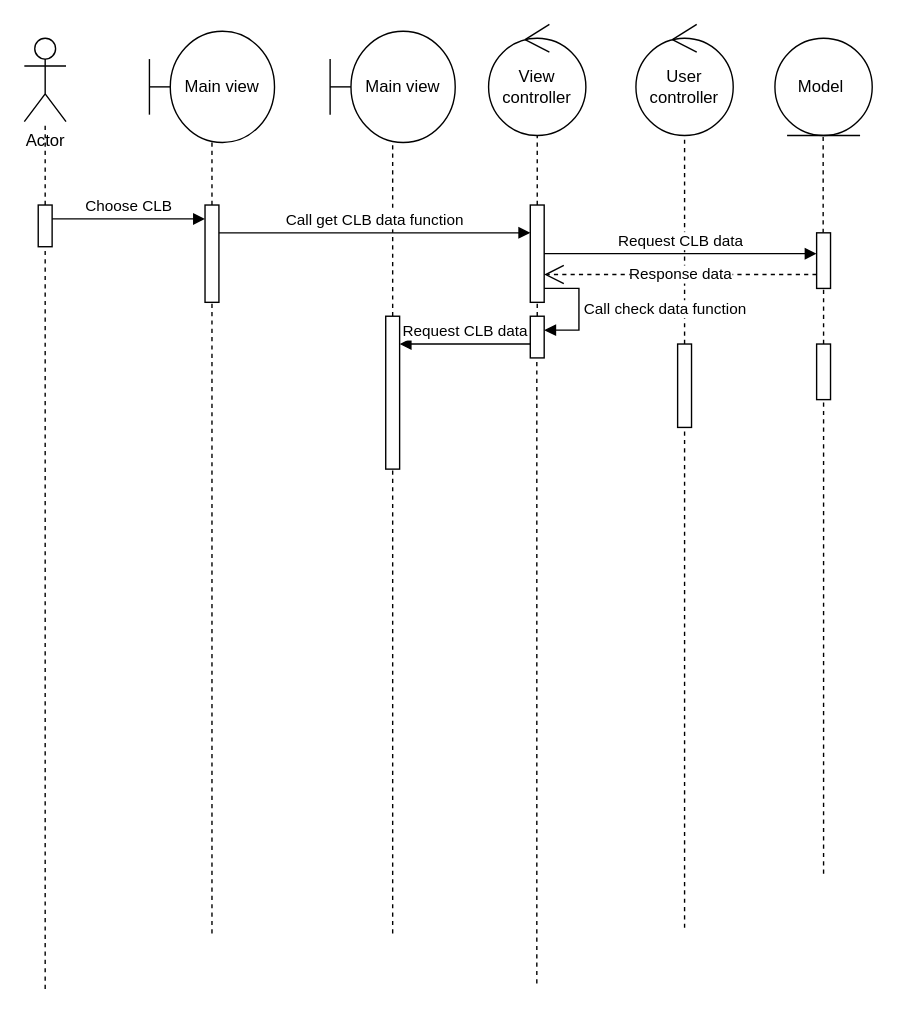
The draw.io diagram page "Join_CLB" (6 of 7) of diagram.drawio in ZanhhTrann/finall_project-, before the edit. Source tidied: cells renumbered, new cells numbered last; positions are measured from the earlier drawing's top-left corner, leaving out a move shared by most shapes. Both pictures are drawn from the tidied source at 139%, with x=0, y=0 at pixel (24, 24).
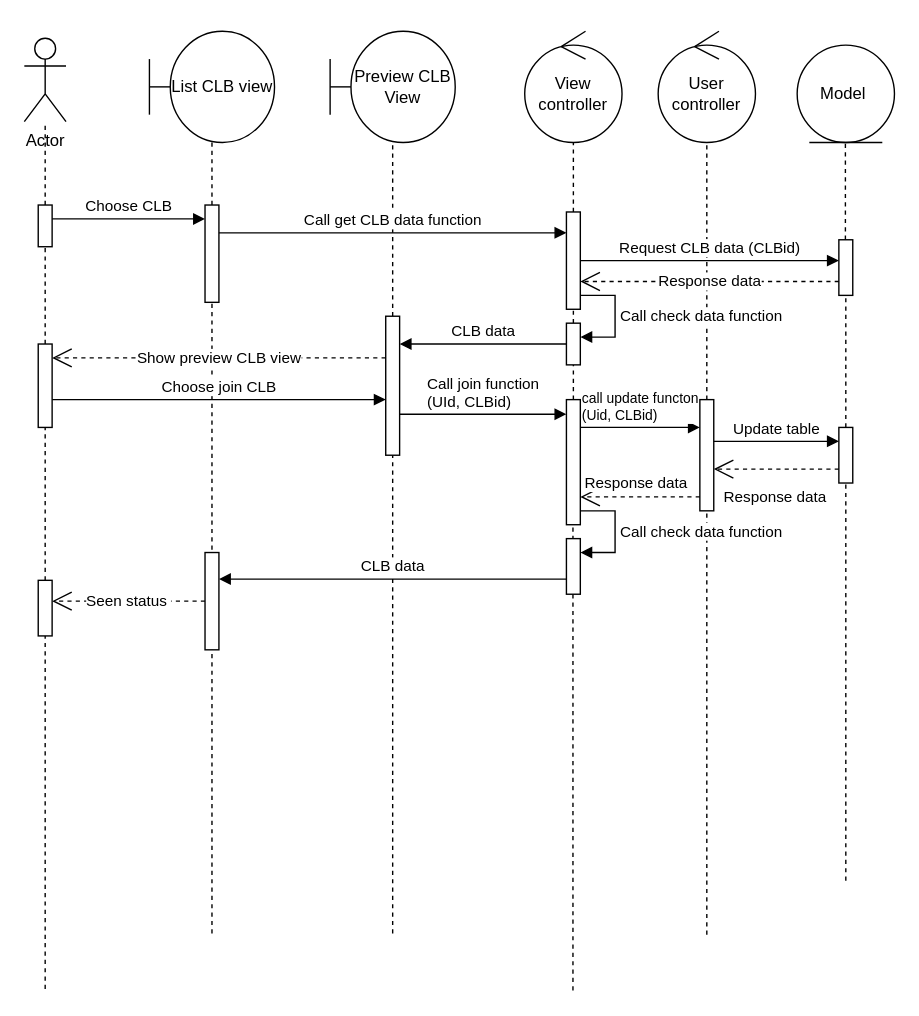
Above is the later version.

Unchanged cells that the change refers to:
```xml
<mxCell id="19" style="html=1;points=[[0,0,0,0,5],[0,1,0,0,-5],[1,0,0,0,5],[1,1,0,0,-5]];perimeter=orthogonalPerimeter;outlineConnect=0;targetShapes=umlLifeline;portConstraint=eastwest;newEdgeStyle={&quot;curved&quot;:0,&quot;rounded&quot;:0};" parent="1" vertex="1">
  <mxGeometry x="10" y="130" width="10" height="30" as="geometry" />
</mxCell>
```

The edit, as a diff of the source:
```diff
@@
-    <mxCell id="3" value="Main view" style="shape=umlBoundary;whiteSpace=wrap;html=1;" parent="1" vertex="1">
+    <mxCell id="3" value="Preview CLB&lt;div&gt;View&lt;/div&gt;" style="shape=umlBoundary;whiteSpace=wrap;html=1;" parent="1" vertex="1">
       <mxGeometry x="220" y="5" width="90" height="80" as="geometry" />
     </mxCell>
     <mxCell id="4" value="Model&amp;nbsp;" style="ellipse;shape=umlEntity;whiteSpace=wrap;html=1;" parent="1" vertex="1">
-      <mxGeometry x="540" y="10" width="70" height="70" as="geometry" />
+      <mxGeometry x="556" y="15" width="70" height="70" as="geometry" />
     </mxCell>
@@
     <mxCell id="6" style="endArrow=none;dashed=1;html=1;rounded=0;" parent="1" edge="1" source="31">
       <mxGeometry relative="1" as="geometry">
-        <mxPoint x="574.7" y="80" as="targetPoint" />
+        <mxPoint x="590.7" y="85" as="targetPoint" />
       </mxGeometry>
     </mxCell>
@@
     <mxCell id="8" value="User&lt;div&gt;controller&lt;/div&gt;" style="ellipse;shape=umlControl;whiteSpace=wrap;html=1;" parent="1" vertex="1">
-      <mxGeometry x="440" width="70" height="80" as="geometry" />
+      <mxGeometry x="456" y="5" width="70" height="80" as="geometry" />
     </mxCell>
     <mxCell id="9" style="endArrow=none;dashed=1;html=1;rounded=0;" parent="1" edge="1" source="22">
       <mxGeometry relative="1" as="geometry">
-        <mxPoint x="475" y="80" as="targetPoint" />
+        <mxPoint x="491" y="85" as="targetPoint" />
       </mxGeometry>
     </mxCell>
     <mxCell id="10" style="endArrow=none;dashed=1;html=1;rounded=0;" parent="1" edge="1" target="17">
       <mxGeometry relative="1" as="geometry">
-        <mxPoint x="575" y="611.1" as="sourcePoint" />
+        <mxPoint x="591" y="616.1" as="sourcePoint" />
       </mxGeometry>
     </mxCell>
     <mxCell id="11" value="View controller" style="ellipse;shape=umlControl;whiteSpace=wrap;html=1;" parent="1" vertex="1">
-      <mxGeometry x="334" width="70" height="80" as="geometry" />
+      <mxGeometry x="360" y="5" width="70" height="80" as="geometry" />
     </mxCell>
     <mxCell id="12" style="endArrow=none;dashed=1;html=1;rounded=0;" parent="1" edge="1" source="14">
       <mxGeometry relative="1" as="geometry">
-        <mxPoint x="369" y="80" as="targetPoint" />
+        <mxPoint x="395" y="85" as="targetPoint" />
       </mxGeometry>
     </mxCell>
@@
     <mxCell id="14" style="html=1;points=[[0,0,0,0,5],[0,1,0,0,-5],[1,0,0,0,5],[1,1,0,0,-5]];perimeter=orthogonalPerimeter;outlineConnect=0;targetShapes=umlLifeline;portConstraint=eastwest;newEdgeStyle={&quot;curved&quot;:0,&quot;rounded&quot;:0};" parent="1" vertex="1">
-      <mxGeometry x="364" y="130" width="10" height="70" as="geometry" />
+      <mxGeometry x="390" y="135" width="10" height="70" as="geometry" />
     </mxCell>
@@
     <mxCell id="16" style="html=1;points=[[0,0,0,0,5],[0,1,0,0,-5],[1,0,0,0,5],[1,1,0,0,-5]];perimeter=orthogonalPerimeter;outlineConnect=0;targetShapes=umlLifeline;portConstraint=eastwest;newEdgeStyle={&quot;curved&quot;:0,&quot;rounded&quot;:0};" parent="1" vertex="1">
-      <mxGeometry x="260" y="210" width="10" height="110" as="geometry" />
+      <mxGeometry x="260" y="210" width="10" height="100" as="geometry" />
     </mxCell>
     <mxCell id="17" style="html=1;points=[[0,0,0,0,5],[0,1,0,0,-5],[1,0,0,0,5],[1,1,0,0,-5]];perimeter=orthogonalPerimeter;outlineConnect=0;targetShapes=umlLifeline;portConstraint=eastwest;newEdgeStyle={&quot;curved&quot;:0,&quot;rounded&quot;:0};" parent="1" vertex="1">
-      <mxGeometry x="570" y="230" width="10" height="40" as="geometry" />
+      <mxGeometry x="586" y="290" width="10" height="40" as="geometry" />
     </mxCell>
-    <mxCell id="18" style="endArrow=none;dashed=1;html=1;rounded=0;" parent="1" edge="1" target="19">
-      <mxGeometry relative="1" as="geometry">
-        <mxPoint x="15" y="694" as="sourcePoint" />
-      </mxGeometry>
+    <mxCell id="18" style="endArrow=none;dashed=1;html=1;rounded=0;" parent="1" edge="1" source="39" target="19">
+      <mxGeometry relative="1" as="geometry" />
     </mxCell>
@@
     <mxCell id="21" style="endArrow=none;dashed=1;html=1;rounded=0;" parent="1" edge="1" target="22">
       <mxGeometry relative="1" as="geometry">
-        <mxPoint x="475" y="650" as="sourcePoint" />
+        <mxPoint x="491" y="655" as="sourcePoint" />
       </mxGeometry>
     </mxCell>
     <mxCell id="22" style="html=1;points=[[0,0,0,0,5],[0,1,0,0,-5],[1,0,0,0,5],[1,1,0,0,-5]];perimeter=orthogonalPerimeter;outlineConnect=0;targetShapes=umlLifeline;portConstraint=eastwest;newEdgeStyle={&quot;curved&quot;:0,&quot;rounded&quot;:0};" parent="1" vertex="1">
-      <mxGeometry x="470" y="230" width="10" height="60" as="geometry" />
+      <mxGeometry x="486" y="270" width="10" height="80" as="geometry" />
     </mxCell>
-    <mxCell id="23" value="&lt;div style=&quot;text-align: left;&quot;&gt;Request CLB data&lt;/div&gt;" style="html=1;verticalAlign=bottom;endArrow=block;curved=0;rounded=0;" parent="1" edge="1" source="14" target="31">
+    <mxCell id="23" value="&lt;div style=&quot;text-align: left;&quot;&gt;Request CLB data (CLBid)&lt;/div&gt;" style="html=1;verticalAlign=bottom;endArrow=block;curved=0;rounded=0;" parent="1" edge="1" source="14" target="31">
       <mxGeometry relative="1" as="geometry" />
     </mxCell>
-    <mxCell id="24" value="Response data" style="endArrow=open;endSize=12;dashed=1;html=1;rounded=0;" parent="1" edge="1">
+    <mxCell id="24" value="Response data" style="endArrow=open;endSize=12;dashed=1;html=1;rounded=0;" parent="1" edge="1" target="14">
       <mxGeometry relative="1" as="geometry">
-        <mxPoint x="570" y="180" as="sourcePoint" />
-        <mxPoint x="374" y="180" as="targetPoint" />
+        <mxPoint x="586" y="185" as="sourcePoint" />
       </mxGeometry>
     </mxCell>
-    <mxCell id="25" value="Main view" style="shape=umlBoundary;whiteSpace=wrap;html=1;" parent="1" vertex="1">
+    <mxCell id="25" value="List CLB view" style="shape=umlBoundary;whiteSpace=wrap;html=1;" parent="1" vertex="1">
       <mxGeometry x="90" y="5" width="90" height="80" as="geometry" />
     </mxCell>
@@
-    <mxCell id="29" value="&lt;div style=&quot;text-align: left;&quot;&gt;Call get CLB data function&lt;/div&gt;" style="html=1;verticalAlign=bottom;endArrow=block;curved=0;rounded=0;" parent="1" edge="1">
+    <mxCell id="29" value="&lt;div style=&quot;text-align: left;&quot;&gt;Call get CLB data function&lt;/div&gt;" style="html=1;verticalAlign=bottom;endArrow=block;curved=0;rounded=0;" parent="1" edge="1" target="14">
       <mxGeometry relative="1" as="geometry">
         <mxPoint x="140" y="150" as="sourcePoint" />
-        <mxPoint x="364" y="150" as="targetPoint" />
       </mxGeometry>
     </mxCell>
@@
     <mxCell id="31" style="html=1;points=[[0,0,0,0,5],[0,1,0,0,-5],[1,0,0,0,5],[1,1,0,0,-5]];perimeter=orthogonalPerimeter;outlineConnect=0;targetShapes=umlLifeline;portConstraint=eastwest;newEdgeStyle={&quot;curved&quot;:0,&quot;rounded&quot;:0};" parent="1" vertex="1">
-      <mxGeometry x="570" y="150" width="10" height="40" as="geometry" />
+      <mxGeometry x="586" y="155" width="10" height="40" as="geometry" />
     </mxCell>
     <mxCell id="32" value="Call check data function" style="html=1;align=left;spacingLeft=2;endArrow=block;rounded=0;edgeStyle=orthogonalEdgeStyle;curved=0;rounded=0;" parent="1" edge="1">
       <mxGeometry relative="1" as="geometry">
-        <mxPoint x="374" y="190" as="sourcePoint" />
-        <mxPoint x="374" y="220" as="targetPoint" />
+        <mxPoint x="400" y="195" as="sourcePoint" />
+        <mxPoint x="400" y="225" as="targetPoint" />
         <Array as="points">
-          <mxPoint x="399" y="190" />
-          <mxPoint x="399" y="220" />
+          <mxPoint x="425" y="195" />
+          <mxPoint x="425" y="225" />
         </Array>
       </mxGeometry>
     </mxCell>
-    <mxCell id="33" style="endArrow=none;dashed=1;html=1;rounded=0;" parent="1" edge="1" target="34">
-      <mxGeometry relative="1" as="geometry">
-        <mxPoint x="368.7" y="690" as="sourcePoint" />
-      </mxGeometry>
+    <mxCell id="33" style="endArrow=none;dashed=1;html=1;rounded=0;" parent="1" edge="1" source="41" target="34">
+      <mxGeometry relative="1" as="geometry" />
     </mxCell>
     <mxCell id="34" style="html=1;points=[[0,0,0,0,5],[0,1,0,0,-5],[1,0,0,0,5],[1,1,0,0,-5]];perimeter=orthogonalPerimeter;outlineConnect=0;targetShapes=umlLifeline;portConstraint=eastwest;newEdgeStyle={&quot;curved&quot;:0,&quot;rounded&quot;:0};" parent="1" vertex="1">
-      <mxGeometry x="364" y="210" width="10" height="30" as="geometry" />
+      <mxGeometry x="390" y="215" width="10" height="30" as="geometry" />
     </mxCell>
-    <mxCell id="35" value="&lt;div style=&quot;text-align: left;&quot;&gt;Request CLB data&lt;/div&gt;" style="html=1;verticalAlign=bottom;endArrow=block;curved=0;rounded=0;" parent="1" edge="1" source="34" target="16">
+    <mxCell id="35" value="&lt;div style=&quot;text-align: left;&quot;&gt;CLB data&lt;/div&gt;" style="html=1;verticalAlign=bottom;endArrow=block;curved=0;rounded=0;" parent="1" edge="1" source="34" target="16">
       <mxGeometry relative="1" as="geometry">
         <Array as="points">
           <mxPoint x="310" y="230" />
         </Array>
       </mxGeometry>
     </mxCell>
+    <mxCell id="36" value="Show preview CLB view" style="endArrow=open;endSize=12;dashed=1;html=1;rounded=0;" parent="1" edge="1">
+      <mxGeometry relative="1" as="geometry">
+        <mxPoint x="260" y="240" as="sourcePoint" />
+        <mxPoint x="20" y="240" as="targetPoint" />
+      </mxGeometry>
+    </mxCell>
+    <mxCell id="37" value="&lt;div style=&quot;text-align: left;&quot;&gt;Choose join CLB&lt;/div&gt;" style="html=1;verticalAlign=bottom;endArrow=block;curved=0;rounded=0;" parent="1" edge="1">
+      <mxGeometry relative="1" as="geometry">
+        <mxPoint x="20" y="270" as="sourcePoint" />
+        <mxPoint x="260" y="270" as="targetPoint" />
+      </mxGeometry>
+    </mxCell>
+    <mxCell id="38" style="endArrow=none;dashed=1;html=1;rounded=0;" parent="1" edge="1" source="53" target="39">
+      <mxGeometry relative="1" as="geometry" />
+    </mxCell>
+    <mxCell id="39" style="html=1;points=[[0,0,0,0,5],[0,1,0,0,-5],[1,0,0,0,5],[1,1,0,0,-5]];perimeter=orthogonalPerimeter;outlineConnect=0;targetShapes=umlLifeline;portConstraint=eastwest;newEdgeStyle={&quot;curved&quot;:0,&quot;rounded&quot;:0};" parent="1" vertex="1">
+      <mxGeometry x="10" y="230" width="10" height="60" as="geometry" />
+    </mxCell>
+    <mxCell id="40" style="endArrow=none;dashed=1;html=1;rounded=0;" parent="1" edge="1" target="41">
+      <mxGeometry relative="1" as="geometry">
+        <mxPoint x="394.7" y="695" as="sourcePoint" />
+      </mxGeometry>
+    </mxCell>
+    <mxCell id="41" style="html=1;points=[[0,0,0,0,5],[0,1,0,0,-5],[1,0,0,0,5],[1,1,0,0,-5]];perimeter=orthogonalPerimeter;outlineConnect=0;targetShapes=umlLifeline;portConstraint=eastwest;newEdgeStyle={&quot;curved&quot;:0,&quot;rounded&quot;:0};" parent="1" vertex="1">
+      <mxGeometry x="390" y="270" width="10" height="90" as="geometry" />
+    </mxCell>
+    <mxCell id="42" value="&lt;div style=&quot;text-align: left;&quot;&gt;Call join function&lt;/div&gt;&lt;div style=&quot;text-align: left;&quot;&gt;(UId, CLBid)&lt;/div&gt;" style="html=1;verticalAlign=bottom;endArrow=block;curved=0;rounded=0;" parent="1" edge="1" source="16" target="41">
+      <mxGeometry relative="1" as="geometry">
+        <Array as="points">
+          <mxPoint x="270" y="280.5" />
+        </Array>
+      </mxGeometry>
+    </mxCell>
+    <mxCell id="43" value="&lt;div style=&quot;text-align: left; font-size: 10px;&quot;&gt;&lt;font style=&quot;font-size: 10px;&quot;&gt;call update functon&lt;/font&gt;&lt;/div&gt;&lt;div style=&quot;text-align: left; font-size: 10px;&quot;&gt;&lt;font style=&quot;font-size: 10px;&quot;&gt;(Uid, CLBid)&lt;/font&gt;&lt;/div&gt;" style="html=1;verticalAlign=bottom;endArrow=block;curved=0;rounded=0;" parent="1" edge="1">
+      <mxGeometry relative="1" as="geometry">
+        <mxPoint x="400" y="290" as="sourcePoint" />
+        <mxPoint x="486" y="290" as="targetPoint" />
+      </mxGeometry>
+    </mxCell>
+    <mxCell id="44" value="&lt;div style=&quot;text-align: left;&quot;&gt;Update table&lt;/div&gt;" style="html=1;verticalAlign=bottom;endArrow=block;curved=0;rounded=0;" parent="1" edge="1" source="22" target="17">
+      <mxGeometry relative="1" as="geometry">
+        <Array as="points">
+          <mxPoint x="540" y="300" />
+        </Array>
+      </mxGeometry>
+    </mxCell>
+    <mxCell id="45" value="Response data" style="endArrow=open;endSize=12;dashed=1;html=1;rounded=0;" parent="1" edge="1">
+      <mxGeometry x="0.02" y="20" relative="1" as="geometry">
+        <mxPoint x="586" y="320" as="sourcePoint" />
+        <mxPoint x="496" y="320" as="targetPoint" />
+      </mxGeometry>
+    </mxCell>
+    <mxCell id="46" value="Response data" style="endArrow=open;endSize=12;dashed=1;html=1;rounded=0;" parent="1" edge="1" target="41">
+      <mxGeometry x="0.07" y="-10" relative="1" as="geometry">
+        <mxPoint x="486" y="340" as="sourcePoint" />
+      </mxGeometry>
+    </mxCell>
+    <mxCell id="47" value="&lt;div style=&quot;text-align: left;&quot;&gt;CLB data&lt;/div&gt;" style="html=1;verticalAlign=bottom;endArrow=block;curved=0;rounded=0;" parent="1" edge="1">
+      <mxGeometry relative="1" as="geometry">
+        <mxPoint x="390" y="399.1" as="sourcePoint" />
+        <mxPoint x="140" y="399.1" as="targetPoint" />
+      </mxGeometry>
+    </mxCell>
+    <mxCell id="48" value="Call check data function" style="html=1;align=left;spacingLeft=2;endArrow=block;rounded=0;edgeStyle=orthogonalEdgeStyle;curved=0;rounded=0;" parent="1" edge="1">
+      <mxGeometry relative="1" as="geometry">
+        <mxPoint x="400" y="350" as="sourcePoint" />
+        <mxPoint x="400" y="380" as="targetPoint" />
+        <Array as="points">
+          <mxPoint x="425" y="350" />
+          <mxPoint x="425" y="380" />
+        </Array>
+      </mxGeometry>
+    </mxCell>
+    <mxCell id="49" style="html=1;perimeter=orthogonalPerimeter;targetShapes=umlLifeline;newEdgeStyle={&quot;curved&quot;:0,&quot;rounded&quot;:0};" parent="1" vertex="1">
+      <mxGeometry x="390" y="370" width="10" height="40" as="geometry" />
+    </mxCell>
+    <mxCell id="50" value="Seen status&amp;nbsp;" style="endArrow=open;endSize=12;dashed=1;html=1;rounded=0;" parent="1" edge="1" source="51" target="53">
+      <mxGeometry relative="1" as="geometry" />
+    </mxCell>
+    <mxCell id="51" style="html=1;points=[[0,0,0,0,5],[0,1,0,0,-5],[1,0,0,0,5],[1,1,0,0,-5]];perimeter=orthogonalPerimeter;outlineConnect=0;targetShapes=umlLifeline;portConstraint=eastwest;newEdgeStyle={&quot;curved&quot;:0,&quot;rounded&quot;:0};" parent="1" vertex="1">
+      <mxGeometry x="130" y="380" width="10" height="70" as="geometry" />
+    </mxCell>
+    <mxCell id="52" style="endArrow=none;dashed=1;html=1;rounded=0;" parent="1" edge="1" target="53">
+      <mxGeometry relative="1" as="geometry">
+        <mxPoint x="15" y="694" as="sourcePoint" />
+      </mxGeometry>
+    </mxCell>
+    <mxCell id="53" style="html=1;points=[[0,0,0,0,5],[0,1,0,0,-5],[1,0,0,0,5],[1,1,0,0,-5]];perimeter=orthogonalPerimeter;outlineConnect=0;targetShapes=umlLifeline;portConstraint=eastwest;newEdgeStyle={&quot;curved&quot;:0,&quot;rounded&quot;:0};" parent="1" vertex="1">
+      <mxGeometry x="10" y="400" width="10" height="40" as="geometry" />
+    </mxCell>
```
